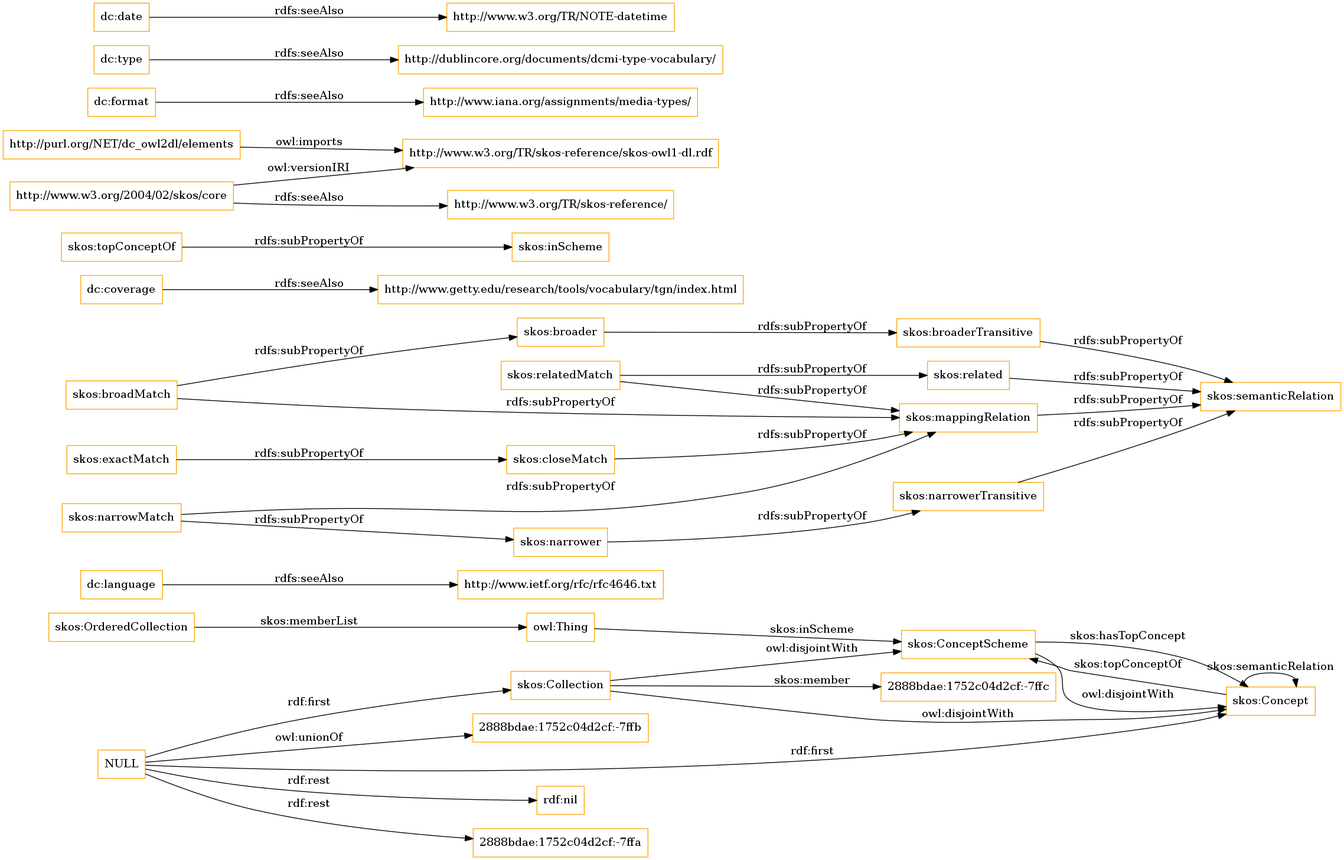
Earlier version of the Graphviz export OnToology/imports/elements.owl/diagrams/ar2dtool-class/elements.owl.png (OnToologyUser/core-ontology-1). Its source is kept beside it as OnToology/imports/elements.owl/diagrams/ar2dtool-class/elements.owl.png.dot.
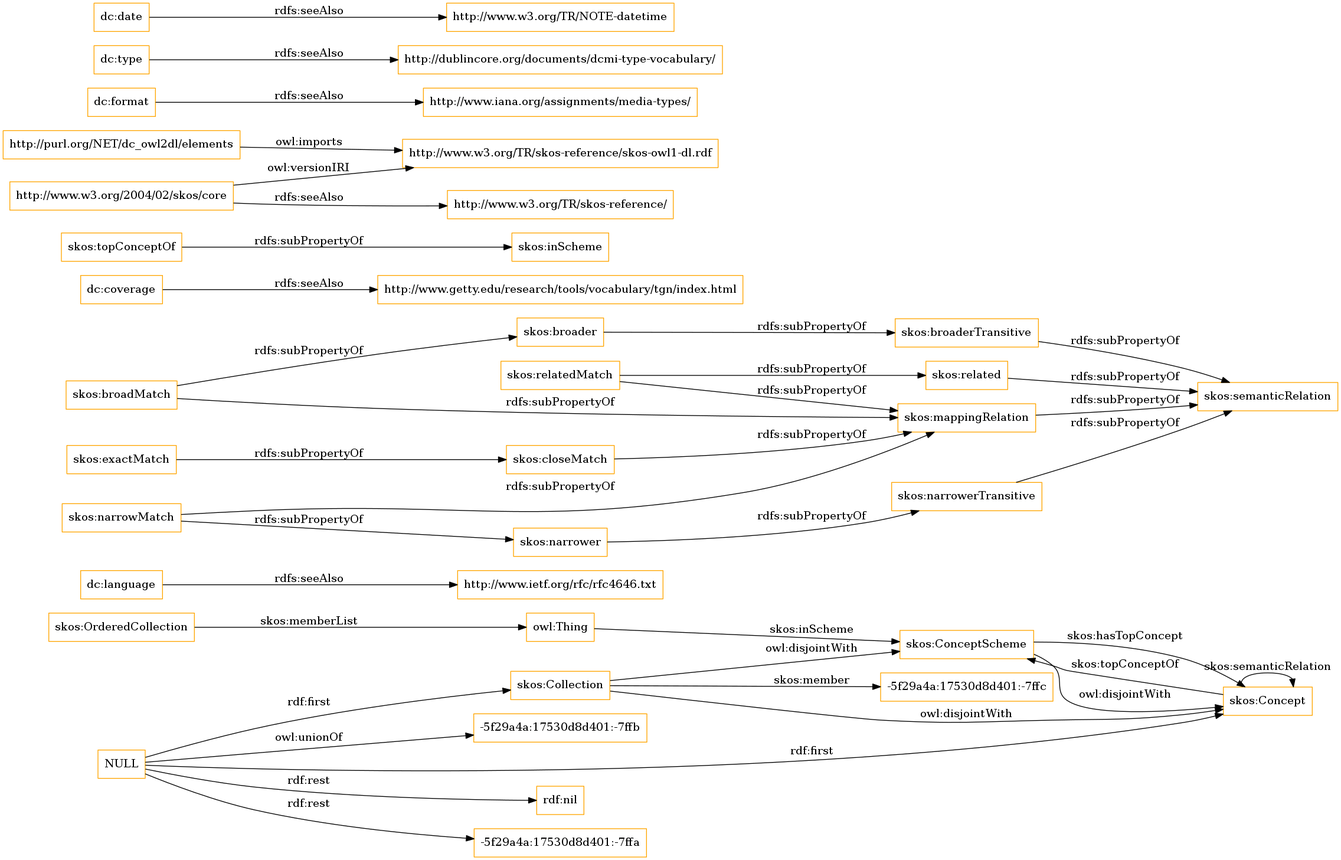
After the commit.

What changed in the source:
```diff
@@ -1,13 +1,13 @@
 digraph ar2dtool_diagram {
 rankdir=LR;
 size="1501"
-node [shape = rectangle, color="orange"]; "2888bdae:1752c04d2cf:-7ffc" "skos:OrderedCollection" "skos:Collection" "skos:ConceptScheme" "skos:Concept" ; /*classes style*/
+node [shape = rectangle, color="orange"]; "-5f29a4a:17530d8d401:-7ffc" "skos:OrderedCollection" "skos:Collection" "skos:ConceptScheme" "skos:Concept" ; /*classes style*/
 	"dc:language" -> "http://www.ietf.org/rfc/rfc4646.txt" [ label = "rdfs:seeAlso" ];
 	"NULL" -> "rdf:nil" [ label = "rdf:rest" ];
 	"NULL" -> "skos:Collection" [ label = "rdf:first" ];
-	"NULL" -> "2888bdae:1752c04d2cf:-7ffa" [ label = "rdf:rest" ];
+	"NULL" -> "-5f29a4a:17530d8d401:-7ffa" [ label = "rdf:rest" ];
 	"NULL" -> "skos:Concept" [ label = "rdf:first" ];
-	"NULL" -> "2888bdae:1752c04d2cf:-7ffb" [ label = "owl:unionOf" ];
+	"NULL" -> "-5f29a4a:17530d8d401:-7ffb" [ label = "owl:unionOf" ];
 	"skos:closeMatch" -> "skos:mappingRelation" [ label = "rdfs:subPropertyOf" ];
 	"dc:coverage" -> "http://www.getty.edu/research/tools/vocabulary/tgn/index.html" [ label = "rdfs:seeAlso" ];
 	"skos:relatedMatch" -> "skos:related" [ label = "rdfs:subPropertyOf" ];
@@ -36,7 +36,7 @@
 	"skos:OrderedCollection" -> "owl:Thing" [ label = "skos:memberList" ];
 	"skos:Concept" -> "skos:ConceptScheme" [ label = "skos:topConceptOf" ];
 	"skos:Concept" -> "skos:Concept" [ label = "skos:semanticRelation" ];
-	"skos:Collection" -> "2888bdae:1752c04d2cf:-7ffc" [ label = "skos:member" ];
+	"skos:Collection" -> "-5f29a4a:17530d8d401:-7ffc" [ label = "skos:member" ];
 	"skos:ConceptScheme" -> "skos:Concept" [ label = "skos:hasTopConcept" ];
 	"owl:Thing" -> "skos:ConceptScheme" [ label = "skos:inScheme" ];
 
```
